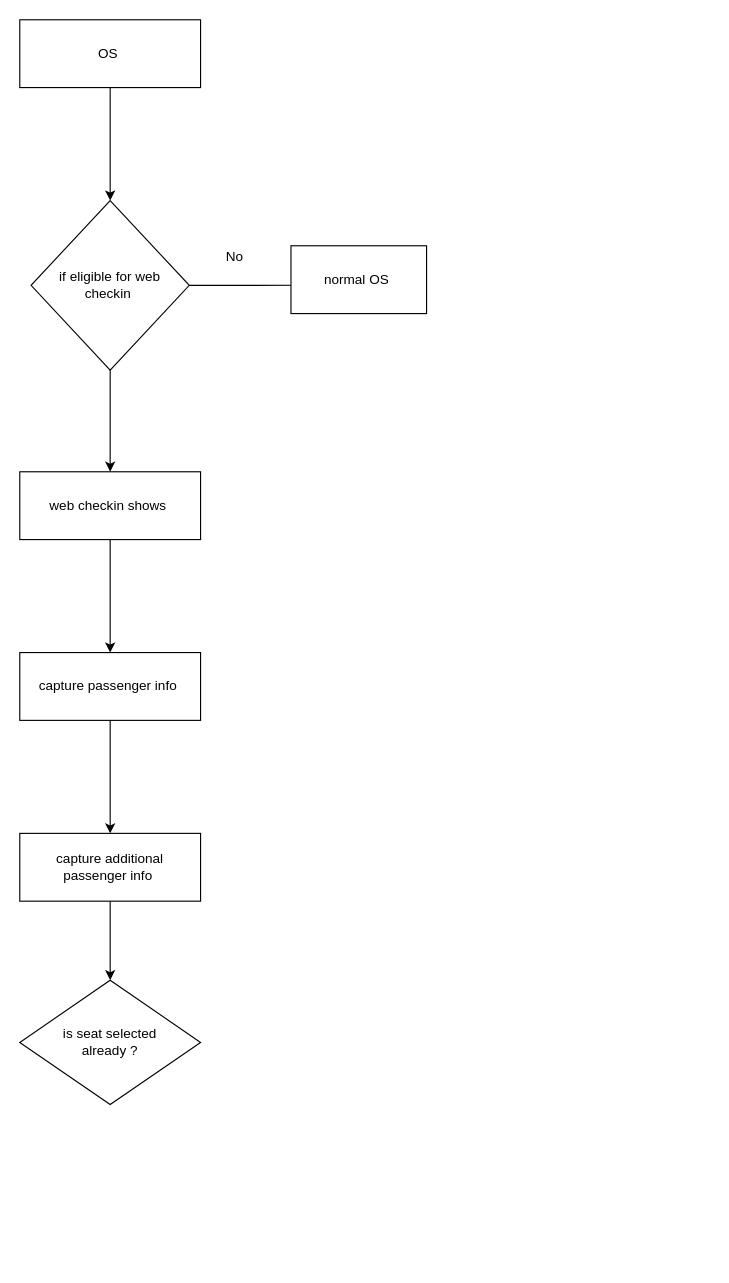
anupjodish/Anup keeps this draw.io diagram as wc.drawio. Above is the earlier version. Source tidied: cells renumbered, new cells numbered last; positions are measured from the earlier drawing's top-left corner, leaving out a move shared by most shapes. Both pictures are drawn from the tidied source at 113%, with x=0, y=0 at pixel (19, 19).
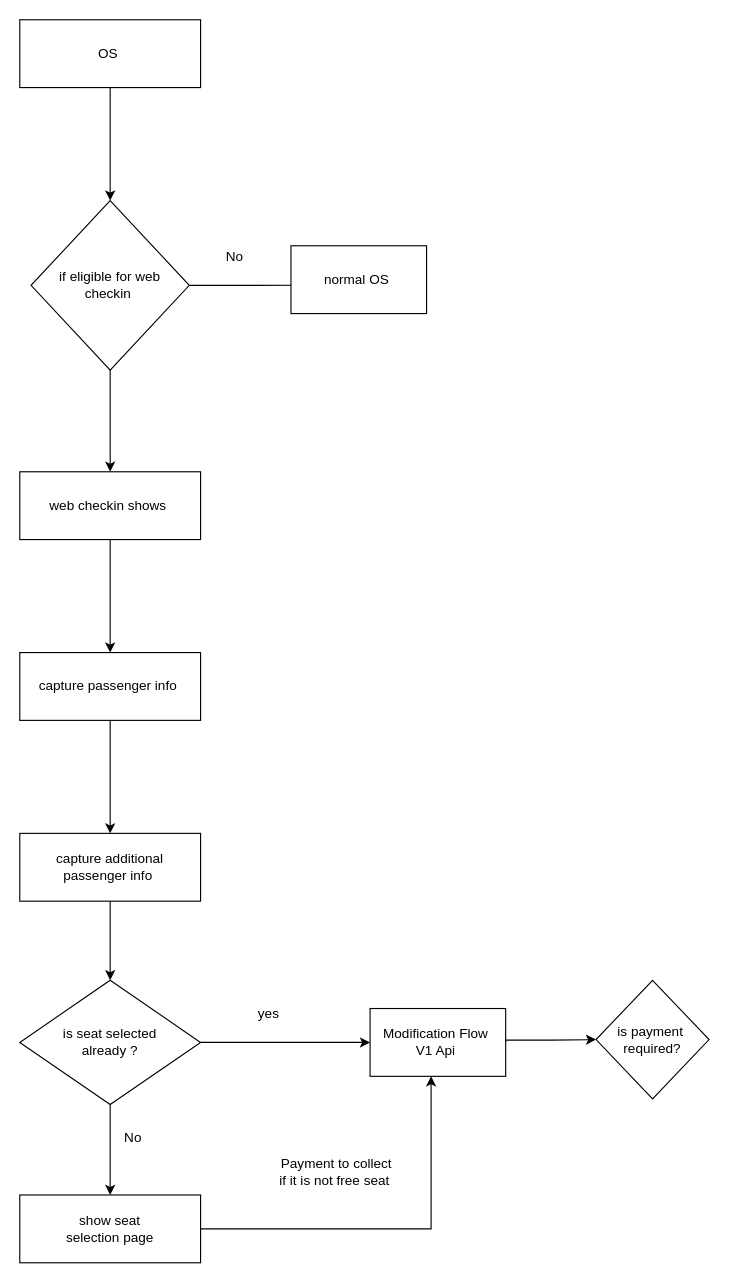
The same diagram, later.

Unchanged cells that the change refers to:
```xml
<mxCell id="15" value="is seat selected &lt;br&gt;already ?" style="rhombus;whiteSpace=wrap;html=1;" parent="1" vertex="1">
  <mxGeometry y="850" width="160" height="110" as="geometry" />
</mxCell>
```

Change to the diagram source:
```diff
@@
+    <mxCell id="16" style="edgeStyle=orthogonalEdgeStyle;rounded=0;jettySize=auto;html=1;exitX=0.5;exitY=1;exitDx=0;exitDy=0;entryX=0.5;entryY=0;entryDx=0;entryDy=0;" parent="1" edge="1" source="15" target="19">
+      <mxGeometry relative="1" as="geometry" />
+    </mxCell>
+    <mxCell id="17" style="edgeStyle=orthogonalEdgeStyle;rounded=0;jettySize=auto;html=1;exitX=1;exitY=0.5;exitDx=0;exitDy=0;entryX=0;entryY=0.5;entryDx=0;entryDy=0;" parent="1" edge="1" source="15" target="22">
+      <mxGeometry relative="1" as="geometry" />
+    </mxCell>
@@
+    <mxCell id="18" style="edgeStyle=orthogonalEdgeStyle;rounded=0;jettySize=auto;html=1;exitX=1;exitY=0.5;exitDx=0;exitDy=0;entryX=0.45;entryY=1;entryDx=0;entryDy=0;entryPerimeter=0;" parent="1" edge="1" source="19" target="22">
+      <mxGeometry relative="1" as="geometry" />
+    </mxCell>
+    <mxCell id="19" value="show seat&lt;br&gt;&amp;nbsp;selection page&amp;nbsp;" style="rounded=0;whiteSpace=wrap;html=1;" parent="1" vertex="1">
+      <mxGeometry y="1040" width="160" height="60" as="geometry" />
+    </mxCell>
+    <mxCell id="20" value="No" style="text;html=1;align=center;verticalAlign=middle;strokeColor=none;fillColor=none;" parent="1" vertex="1">
+      <mxGeometry x="80" y="975" width="40" height="30" as="geometry" />
+    </mxCell>
+    <mxCell id="21" style="edgeStyle=orthogonalEdgeStyle;rounded=0;jettySize=auto;html=1;exitX=1;exitY=0.5;exitDx=0;exitDy=0;entryX=0;entryY=0.5;entryDx=0;entryDy=0;" parent="1" edge="1" source="22" target="24">
+      <mxGeometry relative="1" as="geometry">
+        <Array as="points">
+          <mxPoint x="430" y="903" />
+          <mxPoint x="470" y="903" />
+        </Array>
+      </mxGeometry>
+    </mxCell>
+    <mxCell id="22" value="Modification Flow&amp;nbsp;&lt;br&gt;V1 Api&amp;nbsp;" style="rounded=0;whiteSpace=wrap;html=1;" parent="1" vertex="1">
+      <mxGeometry x="310" y="875" width="120" height="60" as="geometry" />
+    </mxCell>
+    <mxCell id="23" value="yes" style="text;html=1;align=center;verticalAlign=middle;strokeColor=none;fillColor=none;" parent="1" vertex="1">
+      <mxGeometry x="200" y="865" width="40" height="30" as="geometry" />
+    </mxCell>
+    <mxCell id="24" value="is payment&amp;nbsp;&lt;br&gt;required?" style="rhombus;whiteSpace=wrap;html=1;" parent="1" vertex="1">
+      <mxGeometry x="510" y="850" width="100" height="105" as="geometry" />
+    </mxCell>
+    <mxCell id="25" value="Payment to collect&lt;br&gt;if it is not free seat&amp;nbsp;" style="text;html=1;align=center;verticalAlign=middle;strokeColor=none;fillColor=none;" parent="1" vertex="1">
+      <mxGeometry x="220" y="1000" width="120" height="40" as="geometry" />
+    </mxCell>
```
